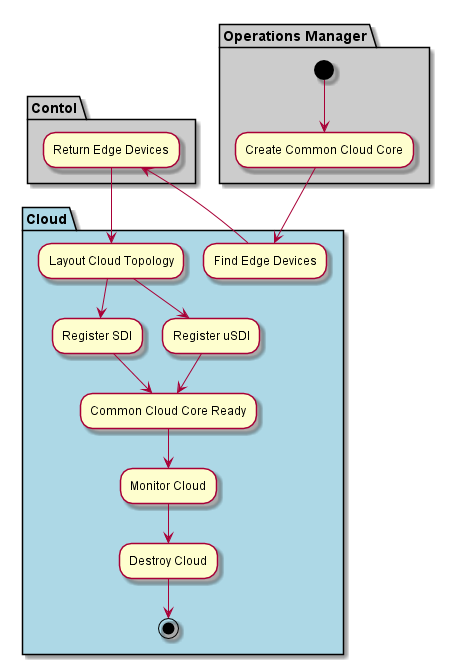
The PlantUML diagram docs/Solution/Cloud/Process.png in CAADE/edgeville, before a commit. Source of this version:
```plantuml
@startuml

partition "Cloud" {

}

partition "Operations Manager" #cccccc {
  (*) --> "Create Common Cloud Core"
}

partition "Cloud" #lightblue {
  --> "Find Edge Devices"
}

partition Contol #cccccc {
  -> "Return Edge Devices"
}
partition "Cloud" #lightblue {
  --> "Layout Cloud Topology"
  "Layout Cloud Topology" --> "Register SDI"
  "Layout Cloud Topology" --> "Register uSDI"
  "Register SDI" --> "Common Cloud Core Ready"
  "Register uSDI" --> "Common Cloud Core Ready"
  --> "Monitor Cloud"
  --> "Destroy Cloud"
  --> (*)
}


@enduml
```
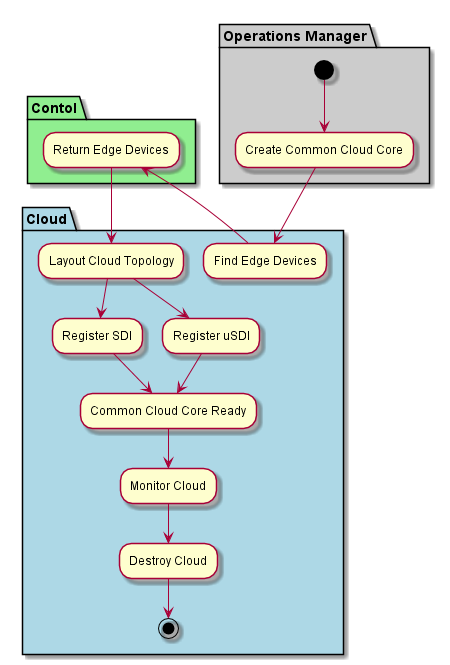
After the change.

What changed in the source:
```diff
@@ -12,7 +12,7 @@
   --> "Find Edge Devices"
 }
 
-partition Contol #cccccc {
+partition Contol #lightgreen {
   -> "Return Edge Devices"
 }
 partition "Cloud" #lightblue {
```
